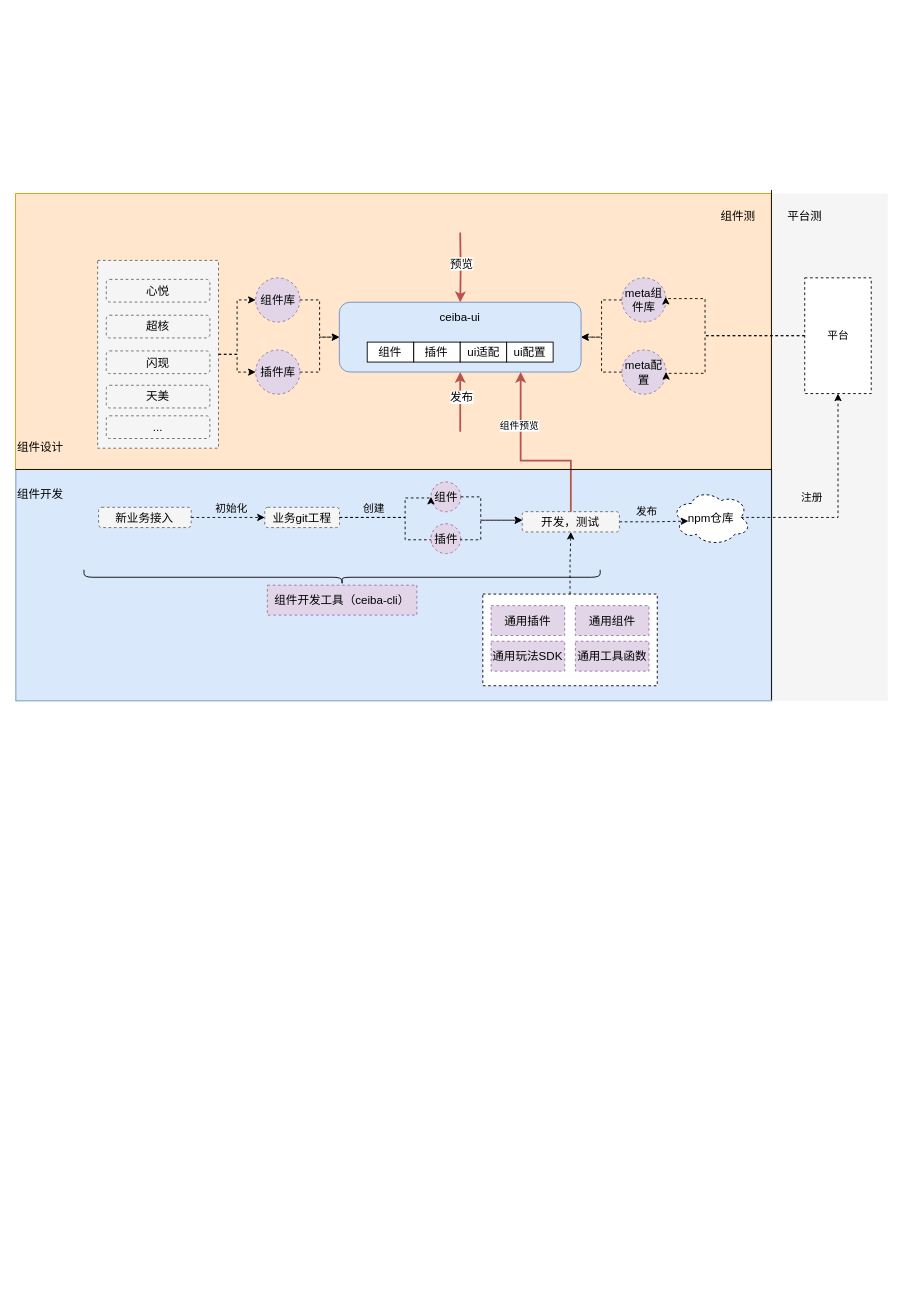
The draw.io diagram components.drawio in axtrur/resource, before the edit. Source tidied: cells renumbered, new cells numbered last; positions are measured from the earlier drawing's top-left corner, leaving out a move shared by most shapes. Both pictures are drawn from the tidied source at 89%, with x=0, y=0 at pixel (15, 190).
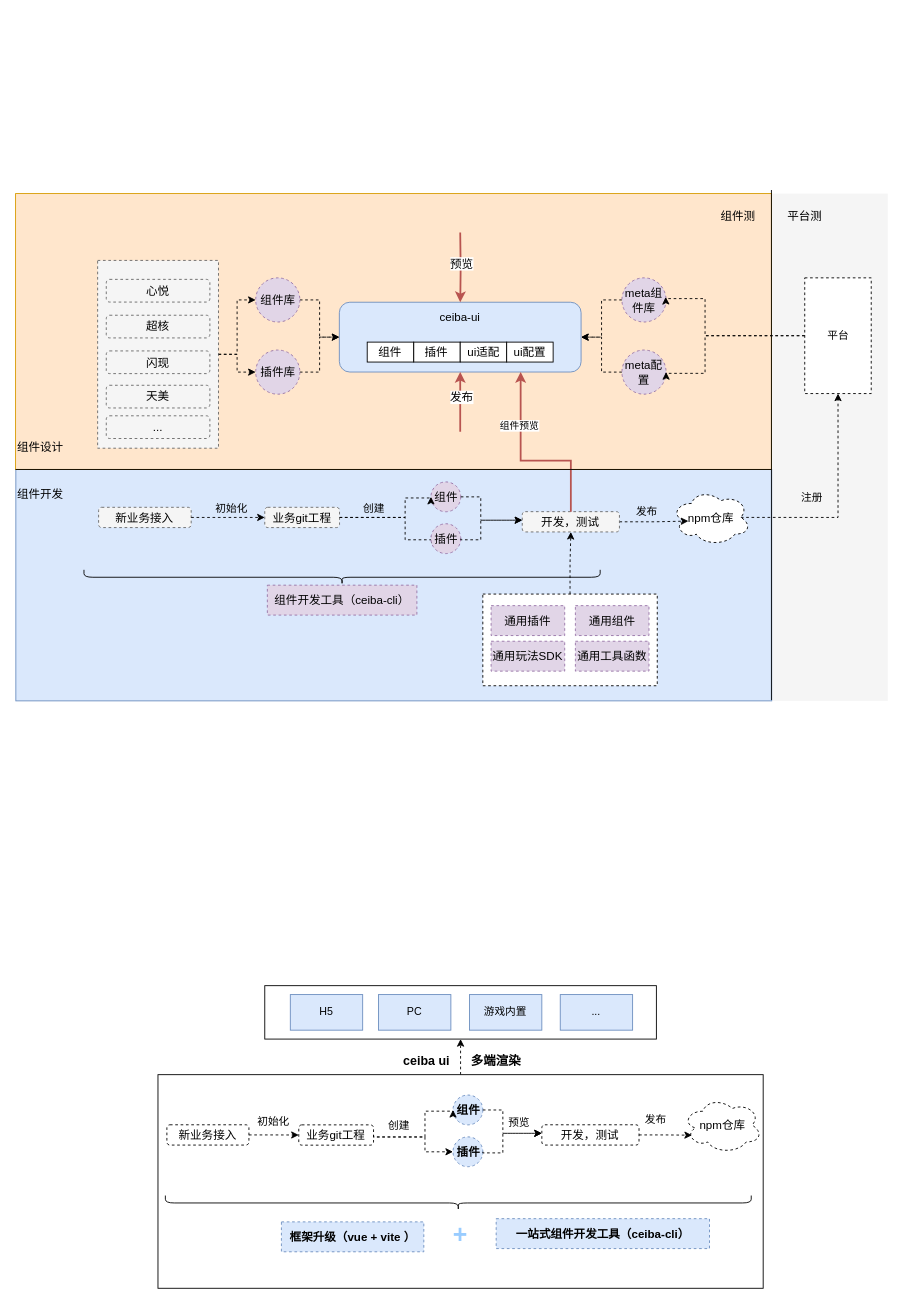
The same diagram, later.

Change to the diagram source:
```diff
@@
+    <mxCell id="69" value="&lt;span style=&quot;color: rgba(0, 0, 0, 0); font-family: monospace; font-size: 0px; font-style: normal; font-weight: 400; letter-spacing: normal; text-indent: 0px; text-transform: none; word-spacing: 0px; background-color: rgb(248, 249, 250); display: inline; float: none;&quot;&gt;&amp;nbsp;&lt;/span&gt;" style="text;whiteSpace=wrap;html=1;" parent="1" vertex="1">
+      <mxGeometry x="150" y="-196" width="30" height="30" as="geometry" />
+    </mxCell>
+    <mxCell id="70" style="edgeStyle=orthogonalEdgeStyle;rounded=0;jettySize=auto;html=1;exitX=0.5;exitY=0;exitDx=0;exitDy=0;entryX=0.5;entryY=1;entryDx=0;entryDy=0;dashed=1;" parent="1" edge="1" source="71" target="91">
+      <mxGeometry relative="1" as="geometry" />
+    </mxCell>
+    <mxCell id="71" style="rounded=0;whiteSpace=wrap;html=1;fontSize=13;" parent="1" vertex="1">
+      <mxGeometry x="160" y="994" width="680" height="240" as="geometry" />
+    </mxCell>
+    <mxCell id="72" value="新业务接入" style="rounded=1;whiteSpace=wrap;html=1;dashed=1;fontSize=13;" parent="1" vertex="1">
+      <mxGeometry x="170" y="1050.3" width="92.2" height="22.8" as="geometry" />
+    </mxCell>
+    <mxCell id="73" style="edgeStyle=orthogonalEdgeStyle;rounded=0;jettySize=auto;html=1;exitX=1;exitY=0.5;exitDx=0;exitDy=0;entryX=0;entryY=0.5;entryDx=0;entryDy=0;dashed=1;" parent="1" edge="1" source="74" target="84">
+      <mxGeometry relative="1" as="geometry">
+        <Array as="points">
+          <mxPoint x="402" y="1064" />
+          <mxPoint x="460" y="1064" />
+          <mxPoint x="460" y="1081" />
+        </Array>
+      </mxGeometry>
+    </mxCell>
+    <mxCell id="74" value="业务git工程" style="rounded=1;whiteSpace=wrap;html=1;dashed=1;fontSize=13;" parent="1" vertex="1">
+      <mxGeometry x="318.2" y="1050.4" width="84" height="22.8" as="geometry" />
+    </mxCell>
+    <mxCell id="75" style="edgeStyle=orthogonalEdgeStyle;rounded=0;jettySize=auto;html=1;exitX=1;exitY=0.5;exitDx=0;exitDy=0;fontSize=13;dashed=1;entryX=0;entryY=0.5;entryDx=0;entryDy=0;fontColor=#000000;" parent="1" edge="1" source="72" target="74">
+      <mxGeometry relative="1" as="geometry" />
+    </mxCell>
+    <mxCell id="76" value="初始化" style="text;html=1;strokeColor=none;fillColor=none;align=center;verticalAlign=middle;whiteSpace=wrap;rounded=0;fontSize=12;dashed=1;fontColor=#000000;" parent="1" vertex="1">
+      <mxGeometry x="262.2" y="1031.9" width="56" height="30" as="geometry" />
+    </mxCell>
+    <mxCell id="77" value="一站式组件开发工具（ceiba-cli）" style="text;html=1;strokeColor=#6c8ebf;fillColor=#dae8fc;align=center;verticalAlign=middle;whiteSpace=wrap;rounded=0;fontSize=13;dashed=1;fontStyle=1;" parent="1" vertex="1">
+      <mxGeometry x="540" y="1155.8" width="239.7" height="33.6" as="geometry" />
+    </mxCell>
+    <mxCell id="78" value="创建" style="text;html=1;strokeColor=none;fillColor=none;align=center;verticalAlign=middle;whiteSpace=wrap;rounded=0;fontSize=12;dashed=1;fontColor=#000000;" parent="1" vertex="1">
+      <mxGeometry x="402.7" y="1035.8" width="56" height="30" as="geometry" />
+    </mxCell>
+    <mxCell id="79" value="npm仓库" style="ellipse;shape=cloud;whiteSpace=wrap;html=1;fontSize=13;dashed=1;fontColor=#000000;" parent="1" vertex="1">
+      <mxGeometry x="750" y="1019.4" width="88.7" height="62.7" as="geometry" />
+    </mxCell>
+    <mxCell id="80" value="发布" style="text;html=1;strokeColor=none;fillColor=none;align=center;verticalAlign=middle;whiteSpace=wrap;rounded=0;fontSize=12;dashed=1;fontColor=#000000;" parent="1" vertex="1">
+      <mxGeometry x="700.5" y="1034" width="37.3" height="22.1" as="geometry" />
+    </mxCell>
+    <mxCell id="81" style="shape=curlyBracket;whiteSpace=wrap;html=1;rounded=1;fontSize=12;rotation=-90;fontColor=#000000;" parent="1" vertex="1">
+      <mxGeometry x="489.1" y="809" width="16.7" height="658.3" as="geometry" />
+    </mxCell>
+    <mxCell id="82" style="group;fontSize=13;dashed=1;" parent="1" vertex="1">
+      <mxGeometry x="491.5" y="1016.9" width="35.9" height="89.6" as="geometry" />
+    </mxCell>
+    <mxCell id="83" value="组件" style="ellipse;whiteSpace=wrap;html=1;fillColor=#dae8fc;strokeColor=#6c8ebf;fontSize=13;dashed=1;fontStyle=1;" parent="82" vertex="1">
+      <mxGeometry width="33.5" height="33.5" as="geometry" />
+    </mxCell>
+    <mxCell id="84" value="插件" style="ellipse;whiteSpace=wrap;html=1;fillColor=#dae8fc;strokeColor=#6c8ebf;fontSize=13;dashed=1;fontStyle=1;" parent="82" vertex="1">
+      <mxGeometry y="47" width="33.5" height="33.5" as="geometry" />
+    </mxCell>
+    <mxCell id="85" style="edgeStyle=orthogonalEdgeStyle;rounded=0;jettySize=auto;html=1;exitX=1;exitY=0.5;exitDx=0;exitDy=0;entryX=0;entryY=0.5;entryDx=0;entryDy=0;fontSize=13;dashed=1;fontColor=#000000;" parent="1" edge="1" source="74" target="83">
+      <mxGeometry relative="1" as="geometry">
+        <Array as="points">
+          <mxPoint x="402" y="1064" />
+          <mxPoint x="460" y="1064" />
+          <mxPoint x="460" y="1035" />
+        </Array>
+      </mxGeometry>
+    </mxCell>
+    <mxCell id="86" style="edgeStyle=orthogonalEdgeStyle;rounded=0;jettySize=auto;html=1;exitX=1;exitY=0.5;exitDx=0;exitDy=0;dashed=1;" parent="1" edge="1" source="87">
+      <mxGeometry relative="1" as="geometry">
+        <mxPoint x="760" y="1062" as="targetPoint" />
+      </mxGeometry>
+    </mxCell>
+    <mxCell id="87" value="开发，测试" style="rounded=1;whiteSpace=wrap;html=1;dashed=1;fontSize=13;" parent="1" vertex="1">
+      <mxGeometry x="591.3" y="1050.3" width="109.2" height="22.8" as="geometry" />
+    </mxCell>
+    <mxCell id="88" style="edgeStyle=orthogonalEdgeStyle;rounded=0;jettySize=auto;html=1;exitX=1;exitY=0.5;exitDx=0;exitDy=0;fontSize=12;dashed=1;fontColor=#000000;" parent="1" edge="1" source="84" target="87">
+      <mxGeometry x="520.2" y="1302.9" as="geometry">
+        <Array as="points">
+          <mxPoint x="547.5" y="1081.9" />
+          <mxPoint x="547.5" y="1059.9" />
+        </Array>
+      </mxGeometry>
+    </mxCell>
+    <mxCell id="89" style="edgeStyle=orthogonalEdgeStyle;rounded=0;jettySize=auto;html=1;exitX=1;exitY=0.5;exitDx=0;exitDy=0;fontSize=12;dashed=1;fontColor=#000000;" parent="1" edge="1" source="83" target="87">
+      <mxGeometry x="520.2" y="1302.9" as="geometry">
+        <Array as="points">
+          <mxPoint x="525.1" y="1032.9" />
+          <mxPoint x="547.5" y="1032.9" />
+          <mxPoint x="547.5" y="1059.9" />
+        </Array>
+      </mxGeometry>
+    </mxCell>
+    <mxCell id="90" value="多端渲染" style="text;html=1;strokeColor=none;fillColor=none;align=center;verticalAlign=middle;whiteSpace=wrap;rounded=0;fontSize=14;fontStyle=1;" parent="1" vertex="1">
+      <mxGeometry x="510" y="964" width="60" height="30" as="geometry" />
+    </mxCell>
+    <mxCell id="91" style="rounded=0;whiteSpace=wrap;html=1;" parent="1" vertex="1">
+      <mxGeometry x="280" y="894" width="440" height="60" as="geometry" />
+    </mxCell>
+    <mxCell id="92" value="H5" style="rounded=0;whiteSpace=wrap;html=1;fillColor=#dae8fc;strokeColor=#6c8ebf;" parent="1" vertex="1">
+      <mxGeometry x="308.7" y="904" width="81.3" height="40" as="geometry" />
+    </mxCell>
+    <mxCell id="93" value="PC" style="rounded=0;whiteSpace=wrap;html=1;fillColor=#dae8fc;strokeColor=#6c8ebf;" parent="1" vertex="1">
+      <mxGeometry x="407.8" y="904" width="81.3" height="40" as="geometry" />
+    </mxCell>
+    <mxCell id="94" value="游戏内置" style="rounded=0;whiteSpace=wrap;html=1;fillColor=#dae8fc;strokeColor=#6c8ebf;" parent="1" vertex="1">
+      <mxGeometry x="510" y="904" width="81.3" height="40" as="geometry" />
+    </mxCell>
+    <mxCell id="95" value="ceiba ui" style="text;html=1;align=center;verticalAlign=middle;whiteSpace=wrap;rounded=0;fontSize=14;fontStyle=1;" parent="1" vertex="1">
+      <mxGeometry x="431.5" y="964" width="60" height="30" as="geometry" />
+    </mxCell>
+    <mxCell id="96" value="..." style="rounded=0;whiteSpace=wrap;html=1;fillColor=#dae8fc;strokeColor=#6c8ebf;" parent="1" vertex="1">
+      <mxGeometry x="612" y="904" width="81.3" height="40" as="geometry" />
+    </mxCell>
+    <mxCell id="97" value="预览" style="text;html=1;strokeColor=none;fillColor=none;align=center;verticalAlign=middle;whiteSpace=wrap;rounded=0;fontSize=12;dashed=1;fontColor=#000000;" parent="1" vertex="1">
+      <mxGeometry x="538.3" y="1033.4" width="56" height="30" as="geometry" />
+    </mxCell>
+    <mxCell id="98" value="+" style="text;html=1;strokeColor=none;fillColor=none;align=center;verticalAlign=middle;whiteSpace=wrap;rounded=0;fontSize=28;fontStyle=1;fontColor=#99CCFF;" parent="1" vertex="1">
+      <mxGeometry x="470" y="1159.4" width="60" height="30" as="geometry" />
+    </mxCell>
+    <mxCell id="99" value="框架升级（vue + vite ）" style="text;html=1;strokeColor=#6c8ebf;fillColor=#dae8fc;align=center;verticalAlign=middle;whiteSpace=wrap;rounded=0;fontSize=13;dashed=1;fontStyle=1;" parent="1" vertex="1">
+      <mxGeometry x="298.7" y="1159.4" width="160" height="33.6" as="geometry" />
+    </mxCell>
```
